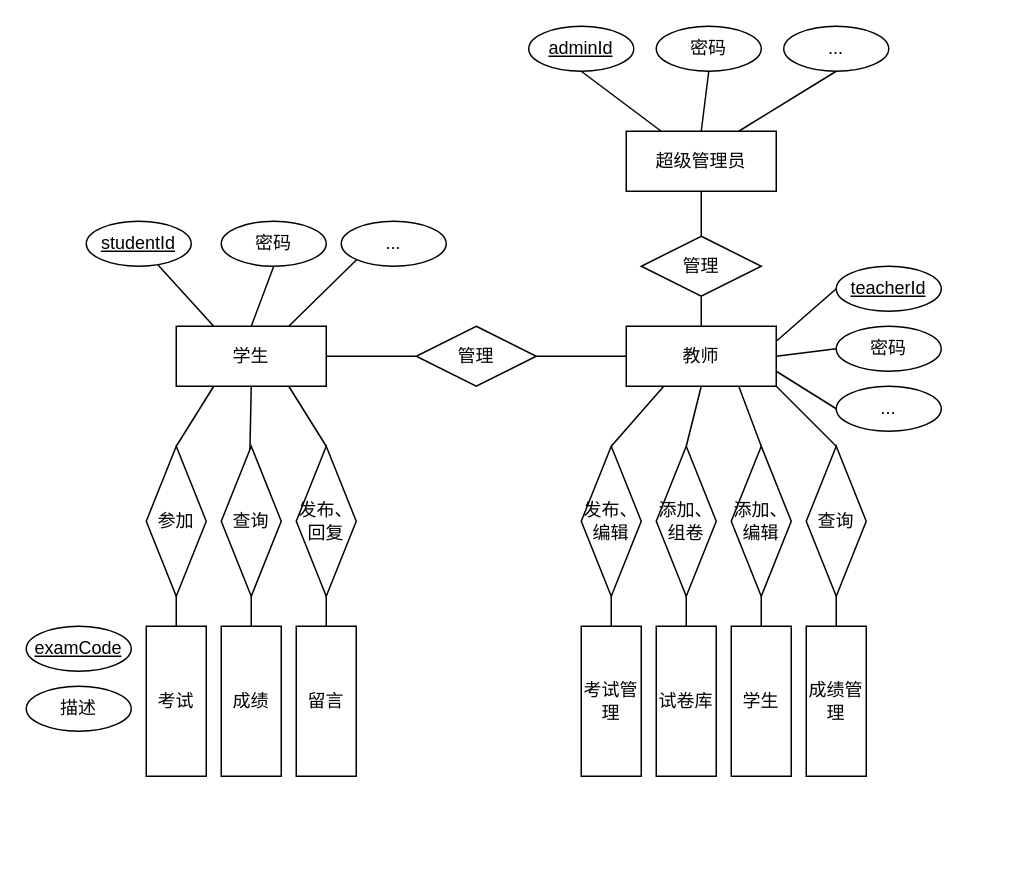
Above: Untitled Diagram.drawio in William-Gjw/Hello-world (draw.io), before the change. Source tidied: cells renumbered, new cells numbered last; positions are measured from the earlier drawing's top-left corner, leaving out a move shared by most shapes. Both pictures are drawn from the tidied source at 150%, with x=0, y=0 at pixel (26, 26).
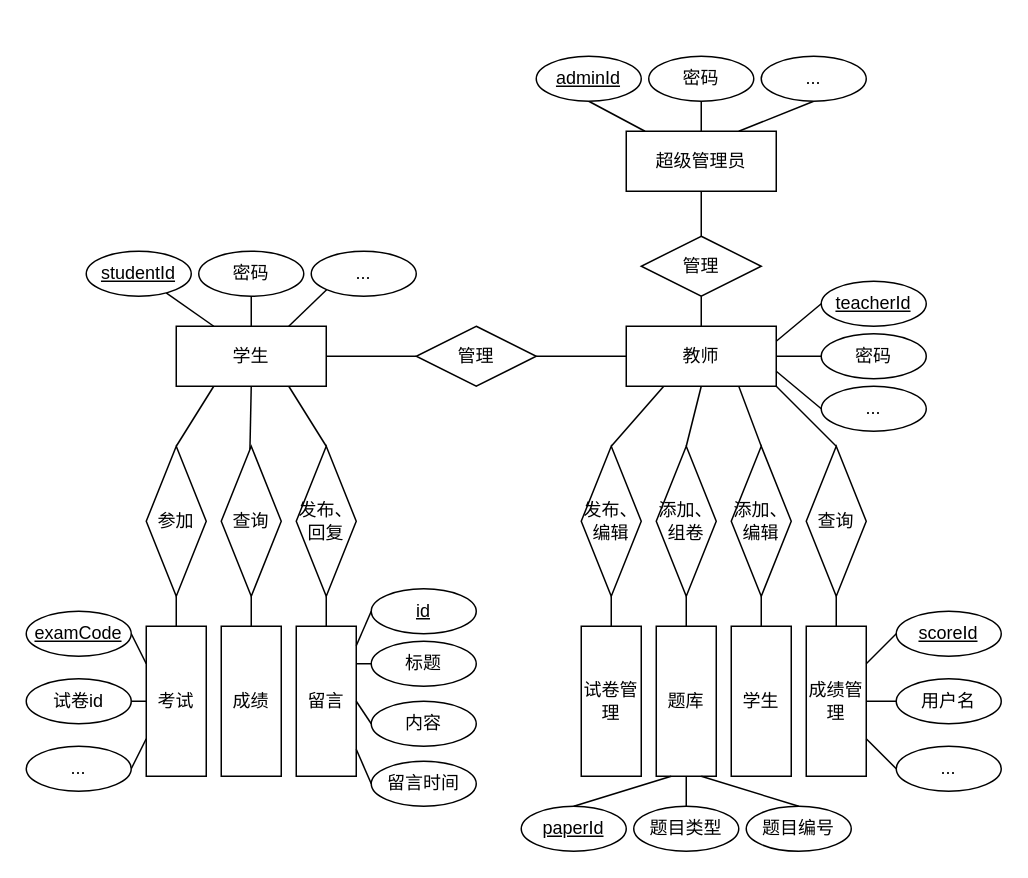
The same page after the edit.

Unchanged cells that the change refers to:
```xml
<mxCell id="10" value="考试" style="whiteSpace=wrap;html=1;align=center;horizontal=1;" parent="1" vertex="1">
  <mxGeometry x="80" y="400" width="40" height="100" as="geometry" />
</mxCell>
<mxCell id="28" value="留言" style="whiteSpace=wrap;html=1;align=center;" parent="1" vertex="1">
  <mxGeometry x="180" y="400" width="40" height="100" as="geometry" />
</mxCell>
<mxCell id="29" value="成绩管理" style="whiteSpace=wrap;html=1;align=center;" parent="1" vertex="1">
  <mxGeometry x="520" y="400" width="40" height="100" as="geometry" />
</mxCell>
```

The edit, as a diff of the source:
```diff
@@
     <mxCell id="11" value="studentId" style="ellipse;whiteSpace=wrap;html=1;align=center;fontStyle=4;" parent="1" vertex="1">
-      <mxGeometry x="40" y="130" width="70" height="30" as="geometry" />
+      <mxGeometry x="40" y="150" width="70" height="30" as="geometry" />
     </mxCell>
     <mxCell id="12" value="密码" style="ellipse;whiteSpace=wrap;html=1;align=center;" parent="1" vertex="1">
-      <mxGeometry x="130" y="130" width="70" height="30" as="geometry" />
+      <mxGeometry x="115" y="150" width="70" height="30" as="geometry" />
     </mxCell>
@@
-    <mxCell id="25" value="试卷库" style="whiteSpace=wrap;html=1;align=center;" parent="1" vertex="1">
+    <mxCell id="25" value="题库" style="whiteSpace=wrap;html=1;align=center;" parent="1" vertex="1">
       <mxGeometry x="420" y="400" width="40" height="100" as="geometry" />
     </mxCell>
@@
-    <mxCell id="27" value="考试管理" style="whiteSpace=wrap;html=1;align=center;" parent="1" vertex="1">
+    <mxCell id="27" value="试卷管理" style="whiteSpace=wrap;html=1;align=center;" parent="1" vertex="1">
       <mxGeometry x="370" y="400" width="40" height="100" as="geometry" />
     </mxCell>
@@
     <mxCell id="44" value="..." style="ellipse;whiteSpace=wrap;html=1;align=center;" parent="1" vertex="1">
-      <mxGeometry x="210" y="130" width="70" height="30" as="geometry" />
+      <mxGeometry x="190" y="150" width="70" height="30" as="geometry" />
     </mxCell>
@@
     <mxCell id="46" value="adminId" style="ellipse;whiteSpace=wrap;html=1;align=center;fontStyle=4;" parent="1" vertex="1">
-      <mxGeometry x="335" width="70" height="30" as="geometry" />
+      <mxGeometry x="340" y="20" width="70" height="30" as="geometry" />
     </mxCell>
@@
     <mxCell id="48" value="密码" style="ellipse;whiteSpace=wrap;html=1;align=center;" parent="1" vertex="1">
-      <mxGeometry x="420" width="70" height="30" as="geometry" />
+      <mxGeometry x="415" y="20" width="70" height="30" as="geometry" />
     </mxCell>
@@
     <mxCell id="50" value="..." style="ellipse;whiteSpace=wrap;html=1;align=center;" parent="1" vertex="1">
-      <mxGeometry x="505" width="70" height="30" as="geometry" />
+      <mxGeometry x="490" y="20" width="70" height="30" as="geometry" />
     </mxCell>
@@
     <mxCell id="52" value="teacherId" style="ellipse;whiteSpace=wrap;html=1;align=center;fontStyle=4;" parent="1" vertex="1">
-      <mxGeometry x="540" y="160" width="70" height="30" as="geometry" />
+      <mxGeometry x="530" y="170" width="70" height="30" as="geometry" />
     </mxCell>
@@
     <mxCell id="54" value="密码" style="ellipse;whiteSpace=wrap;html=1;align=center;" parent="1" vertex="1">
-      <mxGeometry x="540" y="200" width="70" height="30" as="geometry" />
+      <mxGeometry x="530" y="205" width="70" height="30" as="geometry" />
     </mxCell>
@@
     <mxCell id="56" value="..." style="ellipse;whiteSpace=wrap;html=1;align=center;" parent="1" vertex="1">
-      <mxGeometry x="540" y="240" width="70" height="30" as="geometry" />
+      <mxGeometry x="530" y="240" width="70" height="30" as="geometry" />
     </mxCell>
+    <mxCell id="59" style="edgeStyle=none;rounded=0;jettySize=auto;html=1;exitX=1;exitY=0.5;exitDx=0;exitDy=0;entryX=0;entryY=0.25;entryDx=0;entryDy=0;endArrow=none;endFill=0;" parent="1" edge="1" source="57" target="10">
+      <mxGeometry relative="1" as="geometry" />
+    </mxCell>
     <mxCell id="57" value="examCode" style="ellipse;whiteSpace=wrap;html=1;align=center;fontStyle=4;" parent="1" vertex="1">
-      <mxGeometry y="400" width="70" height="30" as="geometry" />
+      <mxGeometry y="390" width="70" height="30" as="geometry" />
     </mxCell>
+    <mxCell id="60" style="edgeStyle=none;rounded=0;jettySize=auto;html=1;exitX=1;exitY=0.5;exitDx=0;exitDy=0;entryX=0;entryY=0.5;entryDx=0;entryDy=0;endArrow=none;endFill=0;" parent="1" edge="1" source="58" target="10">
+      <mxGeometry relative="1" as="geometry" />
+    </mxCell>
-    <mxCell id="58" value="描述" style="ellipse;whiteSpace=wrap;html=1;align=center;" parent="1" vertex="1">
-      <mxGeometry y="440" width="70" height="30" as="geometry" />
+    <mxCell id="58" value="试卷id" style="ellipse;whiteSpace=wrap;html=1;align=center;" parent="1" vertex="1">
+      <mxGeometry y="435" width="70" height="30" as="geometry" />
     </mxCell>
+    <mxCell id="61" style="edgeStyle=none;rounded=0;jettySize=auto;html=1;exitX=1;exitY=0.5;exitDx=0;exitDy=0;entryX=0;entryY=0.75;entryDx=0;entryDy=0;endArrow=none;endFill=0;" parent="1" edge="1" source="62" target="10">
+      <mxGeometry relative="1" as="geometry" />
+    </mxCell>
+    <mxCell id="62" value="..." style="ellipse;whiteSpace=wrap;html=1;align=center;" parent="1" vertex="1">
+      <mxGeometry y="480" width="70" height="30" as="geometry" />
+    </mxCell>
+    <mxCell id="63" style="edgeStyle=none;rounded=0;jettySize=auto;html=1;exitX=0;exitY=0.5;exitDx=0;exitDy=0;entryX=1;entryY=0.25;entryDx=0;entryDy=0;endArrow=none;endFill=0;" parent="1" edge="1" source="64" target="29">
+      <mxGeometry relative="1" as="geometry" />
+    </mxCell>
+    <mxCell id="64" value="scoreId" style="ellipse;whiteSpace=wrap;html=1;align=center;fontStyle=4;" parent="1" vertex="1">
+      <mxGeometry x="580" y="390" width="70" height="30" as="geometry" />
+    </mxCell>
+    <mxCell id="65" style="edgeStyle=none;rounded=0;jettySize=auto;html=1;exitX=0;exitY=0.5;exitDx=0;exitDy=0;entryX=1;entryY=0.5;entryDx=0;entryDy=0;endArrow=none;endFill=0;" parent="1" edge="1" source="66" target="29">
+      <mxGeometry relative="1" as="geometry" />
+    </mxCell>
+    <mxCell id="66" value="用户名" style="ellipse;whiteSpace=wrap;html=1;align=center;" parent="1" vertex="1">
+      <mxGeometry x="580" y="435" width="70" height="30" as="geometry" />
+    </mxCell>
+    <mxCell id="67" style="edgeStyle=none;rounded=0;orthogonalLoop=1;jettySize=auto;html=1;exitX=0.5;exitY=1;exitDx=0;exitDy=0;endArrow=none;endFill=0;" parent="1" edge="1" source="64" target="64">
+      <mxGeometry relative="1" as="geometry" />
+    </mxCell>
+    <mxCell id="68" style="edgeStyle=none;rounded=0;jettySize=auto;html=1;exitX=0;exitY=0.5;exitDx=0;exitDy=0;entryX=1;entryY=0.13;entryDx=0;entryDy=0;entryPerimeter=0;endArrow=none;endFill=0;" parent="1" edge="1" source="69" target="28">
+      <mxGeometry relative="1" as="geometry" />
+    </mxCell>
+    <mxCell id="69" value="id" style="ellipse;whiteSpace=wrap;html=1;align=center;fontStyle=4;" parent="1" vertex="1">
+      <mxGeometry x="230" y="375" width="70" height="30" as="geometry" />
+    </mxCell>
+    <mxCell id="70" style="edgeStyle=none;rounded=0;jettySize=auto;html=1;exitX=0;exitY=0.5;exitDx=0;exitDy=0;entryX=1;entryY=0.25;entryDx=0;entryDy=0;endArrow=none;endFill=0;" parent="1" edge="1" source="71" target="28">
+      <mxGeometry relative="1" as="geometry" />
+    </mxCell>
+    <mxCell id="71" value="标题" style="ellipse;whiteSpace=wrap;html=1;align=center;" parent="1" vertex="1">
+      <mxGeometry x="230" y="410" width="70" height="30" as="geometry" />
+    </mxCell>
+    <mxCell id="72" style="edgeStyle=none;rounded=0;jettySize=auto;html=1;exitX=0;exitY=0.5;exitDx=0;exitDy=0;entryX=1;entryY=0.5;entryDx=0;entryDy=0;endArrow=none;endFill=0;" parent="1" edge="1" source="73" target="28">
+      <mxGeometry relative="1" as="geometry" />
+    </mxCell>
+    <mxCell id="73" value="内容" style="ellipse;whiteSpace=wrap;html=1;align=center;" parent="1" vertex="1">
+      <mxGeometry x="230" y="450" width="70" height="30" as="geometry" />
+    </mxCell>
+    <mxCell id="74" style="edgeStyle=none;rounded=0;jettySize=auto;html=1;exitX=0;exitY=0.5;exitDx=0;exitDy=0;entryX=1;entryY=0.82;entryDx=0;entryDy=0;entryPerimeter=0;endArrow=none;endFill=0;" parent="1" edge="1" source="75" target="28">
+      <mxGeometry relative="1" as="geometry" />
+    </mxCell>
+    <mxCell id="75" value="留言时间" style="ellipse;whiteSpace=wrap;html=1;align=center;" parent="1" vertex="1">
+      <mxGeometry x="230" y="490" width="70" height="30" as="geometry" />
+    </mxCell>
+    <mxCell id="76" style="edgeStyle=none;rounded=0;jettySize=auto;html=1;exitX=0;exitY=0.5;exitDx=0;exitDy=0;entryX=1;entryY=0.75;entryDx=0;entryDy=0;endArrow=none;endFill=0;" parent="1" edge="1" source="77" target="29">
+      <mxGeometry relative="1" as="geometry" />
+    </mxCell>
+    <mxCell id="77" value="..." style="ellipse;whiteSpace=wrap;html=1;align=center;" parent="1" vertex="1">
+      <mxGeometry x="580" y="480" width="70" height="30" as="geometry" />
+    </mxCell>
+    <mxCell id="78" style="edgeStyle=none;rounded=0;jettySize=auto;html=1;exitX=0.5;exitY=0;exitDx=0;exitDy=0;entryX=0.25;entryY=1;entryDx=0;entryDy=0;endArrow=none;endFill=0;" parent="1" edge="1" source="79" target="25">
+      <mxGeometry relative="1" as="geometry" />
+    </mxCell>
+    <mxCell id="79" value="paperId" style="ellipse;whiteSpace=wrap;html=1;align=center;fontStyle=4;" parent="1" vertex="1">
+      <mxGeometry x="330" y="520" width="70" height="30" as="geometry" />
+    </mxCell>
+    <mxCell id="80" style="edgeStyle=none;rounded=0;jettySize=auto;html=1;exitX=0.5;exitY=0;exitDx=0;exitDy=0;entryX=0.75;entryY=1;entryDx=0;entryDy=0;endArrow=none;endFill=0;" parent="1" edge="1" source="81" target="25">
+      <mxGeometry relative="1" as="geometry" />
+    </mxCell>
+    <mxCell id="81" value="题目编号" style="ellipse;whiteSpace=wrap;html=1;align=center;" parent="1" vertex="1">
+      <mxGeometry x="480" y="520" width="70" height="30" as="geometry" />
+    </mxCell>
+    <mxCell id="82" style="edgeStyle=none;rounded=0;jettySize=auto;html=1;exitX=0.5;exitY=0;exitDx=0;exitDy=0;entryX=0.5;entryY=1;entryDx=0;entryDy=0;endArrow=none;endFill=0;" parent="1" edge="1" source="83" target="25">
+      <mxGeometry relative="1" as="geometry" />
+    </mxCell>
+    <mxCell id="83" value="题目类型" style="ellipse;whiteSpace=wrap;html=1;align=center;" parent="1" vertex="1">
+      <mxGeometry x="405" y="520" width="70" height="30" as="geometry" />
+    </mxCell>
```
